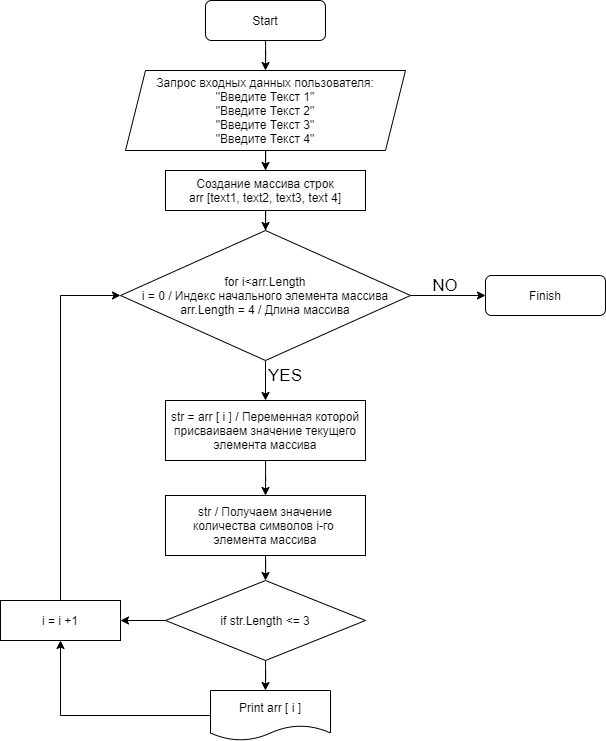
This is Diagram_FinalWork.png from DamirGaynanov/FirstQquarter_FinalWork, a draw.io export, as it was before one commit. Source tidied: cells renumbered, new cells last; positions are measured from the earlier drawing's top-left corner, leaving out a move shared by most shapes. The source it was exported from:
```xml
<mxGraphModel>
  <root>
    <mxCell id="0" />
    <mxCell id="1" parent="0" />
    <mxCell id="2" style="edgeStyle=orthogonalEdgeStyle;rounded=0;jettySize=auto;html=1;entryX=0.5;entryY=0;entryDx=0;entryDy=0;" parent="1" edge="1" source="3" target="5">
      <mxGeometry relative="1" as="geometry" />
    </mxCell>
    <mxCell id="3" value="Start" style="rounded=1;whiteSpace=wrap;html=1;fontSize=12;glass=0;strokeWidth=1;shadow=0;" parent="1" vertex="1">
      <mxGeometry x="205" width="120" height="40" as="geometry" />
    </mxCell>
    <mxCell id="4" style="edgeStyle=orthogonalEdgeStyle;rounded=0;jettySize=auto;html=1;entryX=0.5;entryY=0;entryDx=0;entryDy=0;" parent="1" edge="1" source="5" target="7">
      <mxGeometry relative="1" as="geometry" />
    </mxCell>
    <mxCell id="5" value="Запрос входных данных пользователя:&lt;br&gt;&quot;Введите Текст 1&quot;&lt;br&gt;&quot;Введите Текст 2&quot;&lt;br&gt;&quot;Введите Текст 3&quot;&lt;br&gt;&quot;Введите Текст 4&quot;" style="shape=parallelogram;perimeter=parallelogramPerimeter;whiteSpace=wrap;html=1;fixedSize=1;" parent="1" vertex="1">
      <mxGeometry x="125" y="70" width="280" height="80" as="geometry" />
    </mxCell>
    <mxCell id="6" style="edgeStyle=orthogonalEdgeStyle;rounded=0;jettySize=auto;html=1;entryX=0.5;entryY=0;entryDx=0;entryDy=0;" parent="1" edge="1" source="7" target="10">
      <mxGeometry relative="1" as="geometry" />
    </mxCell>
    <mxCell id="7" value="&lt;span style=&quot;color: rgb(0 , 0 , 0) ; font-family: &amp;#34;helvetica&amp;#34; ; font-size: 12px ; font-style: normal ; font-weight: 400 ; letter-spacing: normal ; text-align: center ; text-indent: 0px ; text-transform: none ; word-spacing: 0px ; background-color: rgb(248 , 249 , 250) ; display: inline ; float: none&quot;&gt;Создание массива строк&lt;/span&gt;&lt;br&gt;arr [text1, text2, text3, text 4]" style="rounded=0;whiteSpace=wrap;html=1;" parent="1" vertex="1">
      <mxGeometry x="165" y="170" width="200" height="40" as="geometry" />
    </mxCell>
    <mxCell id="8" style="edgeStyle=orthogonalEdgeStyle;rounded=0;jettySize=auto;html=1;entryX=0.5;entryY=0;entryDx=0;entryDy=0;" parent="1" edge="1" source="10" target="15">
      <mxGeometry relative="1" as="geometry" />
    </mxCell>
    <mxCell id="9" style="edgeStyle=orthogonalEdgeStyle;rounded=0;jettySize=auto;html=1;entryX=0;entryY=0.5;entryDx=0;entryDy=0;" parent="1" edge="1" source="10" target="24">
      <mxGeometry relative="1" as="geometry" />
    </mxCell>
    <mxCell id="10" value="for i&amp;lt;arr.Length&lt;br&gt;i = 0 / Индекс начального элемента массива&lt;br&gt;arr.Length = 4 / Длина массива" style="rhombus;whiteSpace=wrap;html=1;" parent="1" vertex="1">
      <mxGeometry x="120" y="230" width="290" height="130" as="geometry" />
    </mxCell>
    <mxCell id="11" style="edgeStyle=orthogonalEdgeStyle;rounded=0;jettySize=auto;html=1;entryX=0.458;entryY=0;entryDx=0;entryDy=0;entryPerimeter=0;" parent="1" edge="1" source="13" target="19">
      <mxGeometry relative="1" as="geometry" />
    </mxCell>
    <mxCell id="12" style="edgeStyle=orthogonalEdgeStyle;rounded=0;jettySize=auto;html=1;" parent="1" edge="1" source="13" target="22">
      <mxGeometry relative="1" as="geometry" />
    </mxCell>
    <mxCell id="13" value="if str.Length &amp;lt;= 3" style="rhombus;whiteSpace=wrap;html=1;" parent="1" vertex="1">
      <mxGeometry x="165" y="580" width="200" height="80" as="geometry" />
    </mxCell>
    <mxCell id="14" style="edgeStyle=orthogonalEdgeStyle;rounded=0;jettySize=auto;html=1;entryX=0.5;entryY=0;entryDx=0;entryDy=0;" parent="1" edge="1" source="15" target="17">
      <mxGeometry relative="1" as="geometry" />
    </mxCell>
    <mxCell id="15" value="str = arr [ i ] / Переменная которой присваиваем значение текущего элемента массива" style="rounded=0;whiteSpace=wrap;html=1;" parent="1" vertex="1">
      <mxGeometry x="165" y="400" width="200" height="60" as="geometry" />
    </mxCell>
    <mxCell id="16" style="edgeStyle=orthogonalEdgeStyle;rounded=0;jettySize=auto;html=1;entryX=0.5;entryY=0;entryDx=0;entryDy=0;" parent="1" edge="1" source="17" target="13">
      <mxGeometry relative="1" as="geometry" />
    </mxCell>
    <mxCell id="17" value="str / Получаем значение количества символов i-го &lt;br&gt;элемента массива" style="rounded=0;whiteSpace=wrap;html=1;" parent="1" vertex="1">
      <mxGeometry x="165" y="495" width="200" height="60" as="geometry" />
    </mxCell>
    <mxCell id="18" style="edgeStyle=orthogonalEdgeStyle;rounded=0;jettySize=auto;html=1;entryX=0.5;entryY=1;entryDx=0;entryDy=0;" parent="1" edge="1" source="19" target="22">
      <mxGeometry relative="1" as="geometry" />
    </mxCell>
    <mxCell id="19" value="Print arr [ i ]" style="shape=document;whiteSpace=wrap;html=1;boundedLbl=1;" parent="1" vertex="1">
      <mxGeometry x="210" y="690" width="120" height="50" as="geometry" />
    </mxCell>
    <mxCell id="20" value="&lt;font style=&quot;font-size: 17px&quot;&gt;YES&lt;/font&gt;" style="text;html=1;strokeColor=none;fillColor=none;align=center;verticalAlign=middle;whiteSpace=wrap;rounded=0;" parent="1" vertex="1">
      <mxGeometry x="265" y="360" width="40" height="30" as="geometry" />
    </mxCell>
    <mxCell id="21" style="edgeStyle=orthogonalEdgeStyle;rounded=0;jettySize=auto;html=1;entryX=0;entryY=0.5;entryDx=0;entryDy=0;" parent="1" edge="1" source="22" target="10">
      <mxGeometry relative="1" as="geometry" />
    </mxCell>
    <mxCell id="22" value="i = i +1" style="rounded=0;whiteSpace=wrap;html=1;" parent="1" vertex="1">
      <mxGeometry y="600" width="120" height="40" as="geometry" />
    </mxCell>
    <mxCell id="23" value="&lt;font style=&quot;font-size: 17px&quot;&gt;NO&lt;/font&gt;" style="text;html=1;strokeColor=none;fillColor=none;align=center;verticalAlign=middle;whiteSpace=wrap;rounded=0;" parent="1" vertex="1">
      <mxGeometry x="425" y="270" width="40" height="30" as="geometry" />
    </mxCell>
    <mxCell id="24" value="Finish" style="rounded=1;whiteSpace=wrap;html=1;fontSize=12;glass=0;strokeWidth=1;shadow=0;" parent="1" vertex="1">
      <mxGeometry x="485" y="275" width="120" height="40" as="geometry" />
    </mxCell>
  </root>
</mxGraphModel>
```
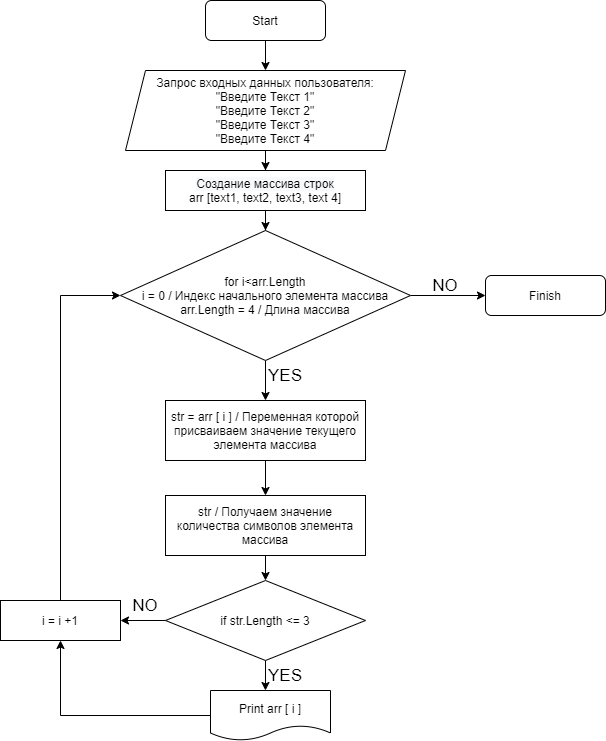
Above is the later version.

What changed in the source:
```diff
@@ -47,7 +47,7 @@
     <mxCell id="16" style="edgeStyle=orthogonalEdgeStyle;rounded=0;jettySize=auto;html=1;entryX=0.5;entryY=0;entryDx=0;entryDy=0;" parent="1" edge="1" source="17" target="13">
       <mxGeometry relative="1" as="geometry" />
     </mxCell>
-    <mxCell id="17" value="str / Получаем значение количества символов i-го &lt;br&gt;элемента массива" style="rounded=0;whiteSpace=wrap;html=1;" parent="1" vertex="1">
+    <mxCell id="17" value="str / Получаем значение количества символов элемента массива" style="rounded=0;whiteSpace=wrap;html=1;" parent="1" vertex="1">
       <mxGeometry x="165" y="495" width="200" height="60" as="geometry" />
     </mxCell>
     <mxCell id="18" style="edgeStyle=orthogonalEdgeStyle;rounded=0;jettySize=auto;html=1;entryX=0.5;entryY=1;entryDx=0;entryDy=0;" parent="1" edge="1" source="19" target="22">
@@ -71,5 +71,11 @@
     <mxCell id="24" value="Finish" style="rounded=1;whiteSpace=wrap;html=1;fontSize=12;glass=0;strokeWidth=1;shadow=0;" parent="1" vertex="1">
       <mxGeometry x="485" y="275" width="120" height="40" as="geometry" />
     </mxCell>
+    <mxCell id="25" value="&lt;font style=&quot;font-size: 17px&quot;&gt;YES&lt;/font&gt;" style="text;html=1;strokeColor=none;fillColor=none;align=center;verticalAlign=middle;whiteSpace=wrap;rounded=0;" parent="1" vertex="1">
+      <mxGeometry x="265" y="660" width="40" height="30" as="geometry" />
+    </mxCell>
+    <mxCell id="26" value="&lt;font style=&quot;font-size: 17px&quot;&gt;NO&lt;/font&gt;" style="text;html=1;strokeColor=none;fillColor=none;align=center;verticalAlign=middle;whiteSpace=wrap;rounded=0;" parent="1" vertex="1">
+      <mxGeometry x="125" y="590" width="40" height="30" as="geometry" />
+    </mxCell>
   </root>
 </mxGraphModel>
```
